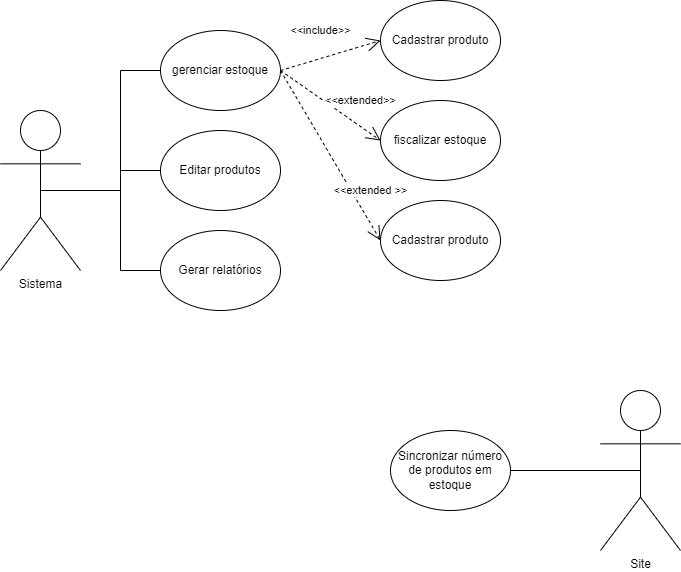
Before: CS1.drawio.png, a diagram exported from draw.io (Zaibam/Desenvolvimento-De-Sistemas-1). Source tidied: cells renumbered, new cells last; positions are measured from the earlier drawing's top-left corner, leaving out a move shared by most shapes.
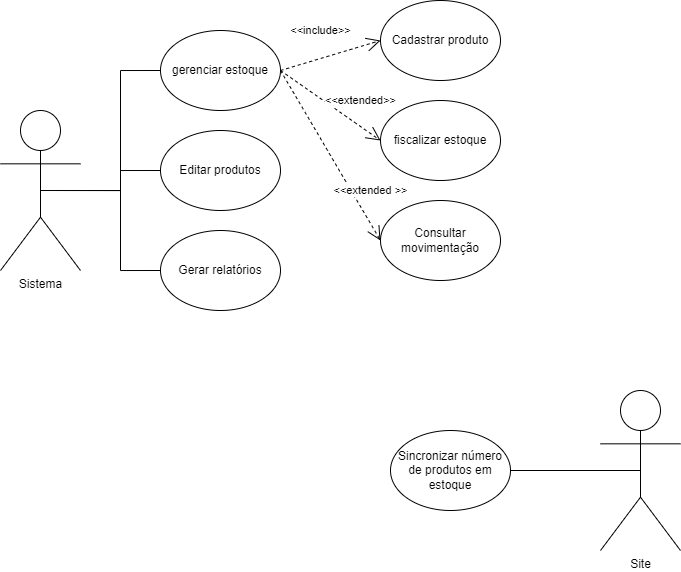
The same file after the commit.

Change to the diagram source:
```diff
@@ -29,7 +29,7 @@
     <mxCell id="10" value="fiscalizar estoque" style="ellipse;whiteSpace=wrap;html=1;" parent="1" vertex="1">
       <mxGeometry x="380" y="100" width="120" height="80" as="geometry" />
     </mxCell>
-    <mxCell id="11" value="Cadastrar produto" style="ellipse;whiteSpace=wrap;html=1;" parent="1" vertex="1">
+    <mxCell id="11" value="Consultar movimentação" style="ellipse;whiteSpace=wrap;html=1;" parent="1" vertex="1">
       <mxGeometry x="380" y="200" width="120" height="80" as="geometry" />
     </mxCell>
     <mxCell id="12" value="&amp;lt;&amp;lt;include&amp;gt;&amp;gt;" style="endArrow=open;endSize=12;dashed=1;html=1;rounded=0;exitX=1;exitY=0.5;exitDx=0;exitDy=0;entryX=0;entryY=0.5;entryDx=0;entryDy=0;" parent="1" edge="1" source="7" target="8">
```
